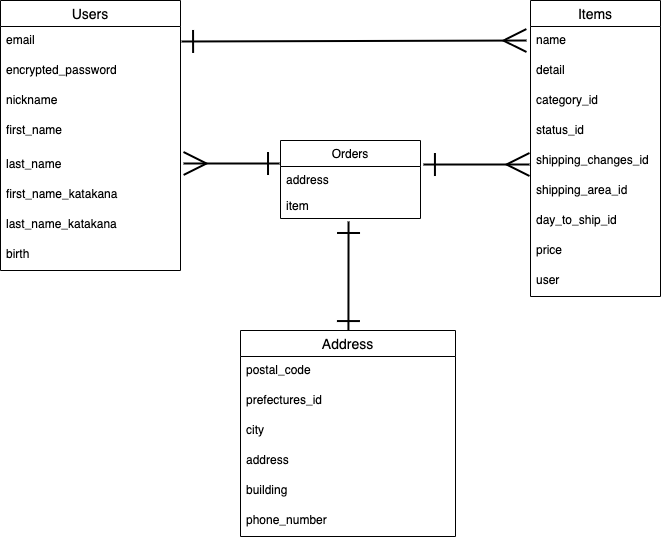
Above: ER.drawio.png in satoshi0takahashi/furima-32125 (draw.io), before the change. Source tidied: cells renumbered, new cells last; positions are measured from the earlier drawing's top-left corner, leaving out a move shared by most shapes.
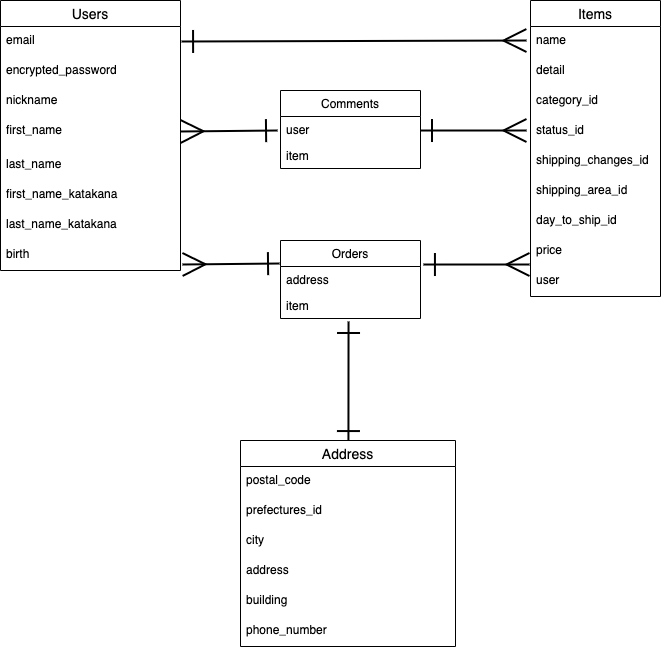
After the change.

The edit, as a diff of the source:
```diff
@@ -2,11 +2,13 @@
   <root>
     <mxCell id="0" />
     <mxCell id="1" parent="0" />
-    <mxCell id="2" style="endArrow=ERone;html=1;strokeWidth=2;startArrow=ERmany;startFill=0;endFill=0;targetPerimeterSpacing=0;endSize=20;startSize=20;entryX=-0.007;entryY=-0.115;entryDx=0;entryDy=0;entryPerimeter=0;exitX=1.017;exitY=0.433;exitDx=0;exitDy=0;exitPerimeter=0;" parent="1" edge="1" source="9" target="32">
+    <mxCell id="2" style="endArrow=ERone;html=1;strokeWidth=2;startArrow=ERmany;startFill=0;endFill=0;targetPerimeterSpacing=0;endSize=20;startSize=20;entryX=-0.007;entryY=-0.115;entryDx=0;entryDy=0;entryPerimeter=0;exitX=1.011;exitY=0.8;exitDx=0;exitDy=0;exitPerimeter=0;" parent="1" edge="1" source="12" target="32">
       <mxGeometry relative="1" as="geometry" />
     </mxCell>
-    <mxCell id="3" style="endArrow=ERone;html=1;strokeWidth=2;entryX=1.021;entryY=0.308;entryDx=0;entryDy=0;entryPerimeter=0;startArrow=ERmany;startFill=0;endFill=0;endSize=20;startSize=20;exitX=-0.008;exitY=0.6;exitDx=0;exitDy=0;exitPerimeter=0;" parent="1" edge="1" source="18" target="31">
-      <mxGeometry relative="1" as="geometry" />
+    <mxCell id="3" style="endArrow=ERone;html=1;strokeWidth=2;entryX=1.021;entryY=0.308;entryDx=0;entryDy=0;entryPerimeter=0;startArrow=ERmany;startFill=0;endFill=0;endSize=20;startSize=20;" parent="1" edge="1" target="31">
+      <mxGeometry relative="1" as="geometry">
+        <mxPoint x="529" y="264" as="sourcePoint" />
+      </mxGeometry>
     </mxCell>
     <mxCell id="4" value="Users" style="swimlane;fontStyle=0;horizontal=1;startSize=26;align=center;fontSize=14;swimlaneFillColor=none;noLabel=0;labelPadding=0;verticalAlign=middle;" parent="1" vertex="1">
       <mxGeometry width="180" height="270" as="geometry" />
@@ -69,7 +71,7 @@
       <mxGeometry relative="1" as="geometry" />
     </mxCell>
     <mxCell id="24" value="Address" style="swimlane;fontStyle=0;horizontal=1;startSize=26;align=center;fontSize=14;" parent="1" vertex="1">
-      <mxGeometry x="240" y="330" width="215" height="206" as="geometry" />
+      <mxGeometry x="240" y="440" width="215" height="206" as="geometry" />
     </mxCell>
     <mxCell id="25" value="postal_code" style="text;strokeColor=none;fillColor=none;spacingLeft=4;spacingRight=4;overflow=hidden;fontSize=12;labelBackgroundColor=none;" parent="24" vertex="1">
       <mxGeometry y="26" width="215" height="30" as="geometry" />
@@ -90,7 +92,7 @@
       <mxGeometry y="176" width="215" height="30" as="geometry" />
     </mxCell>
     <mxCell id="31" value="Orders" style="swimlane;fontStyle=0;horizontal=1;startSize=26;fillColor=none;labelBackgroundColor=none;" parent="1" vertex="1">
-      <mxGeometry x="280" y="140" width="140" height="78" as="geometry" />
+      <mxGeometry x="280" y="240" width="140" height="78" as="geometry" />
     </mxCell>
     <mxCell id="32" value="address" style="text;strokeColor=none;fillColor=none;align=left;verticalAlign=top;spacingLeft=4;spacingRight=4;overflow=hidden;points=[[0,0.5],[1,0.5]];portConstraint=eastwest;" parent="31" vertex="1">
       <mxGeometry y="26" width="140" height="26" as="geometry" />
@@ -101,5 +103,26 @@
     <mxCell id="34" style="endArrow=ERmany;html=1;strokeWidth=2;exitX=1.006;exitY=0.5;exitDx=0;exitDy=0;exitPerimeter=0;entryX=-0.031;entryY=0.467;entryDx=0;entryDy=0;entryPerimeter=0;startArrow=ERone;startFill=0;endFill=0;endSize=20;startSize=20;" parent="1" edge="1" source="5" target="14">
       <mxGeometry relative="1" as="geometry" />
     </mxCell>
+    <mxCell id="35" value="Comments" style="swimlane;fontStyle=0;horizontal=1;startSize=26;fillColor=none;labelBackgroundColor=none;" parent="1" vertex="1">
+      <mxGeometry x="280" y="90" width="140" height="78" as="geometry" />
+    </mxCell>
+    <mxCell id="36" value="user" style="text;strokeColor=none;fillColor=none;align=left;verticalAlign=top;spacingLeft=4;spacingRight=4;overflow=hidden;" parent="35" vertex="1">
+      <mxGeometry y="26" width="140" height="26" as="geometry" />
+    </mxCell>
+    <mxCell id="37" value="item" style="text;strokeColor=none;fillColor=none;align=left;verticalAlign=top;spacingLeft=4;spacingRight=4;overflow=hidden;" parent="35" vertex="1">
+      <mxGeometry y="52" width="140" height="26" as="geometry" />
+    </mxCell>
+    <mxCell id="38" style="endArrow=ERone;html=1;strokeWidth=2;entryX=1.021;entryY=0.308;entryDx=0;entryDy=0;entryPerimeter=0;startArrow=ERmany;startFill=0;endFill=0;endSize=20;startSize=20;" parent="1" edge="1">
+      <mxGeometry relative="1" as="geometry">
+        <mxPoint x="526.1" y="130" as="sourcePoint" />
+        <mxPoint x="420" y="130" as="targetPoint" />
+      </mxGeometry>
+    </mxCell>
+    <mxCell id="39" style="endArrow=ERone;html=1;strokeWidth=2;startArrow=ERmany;startFill=0;endFill=0;targetPerimeterSpacing=0;endSize=20;startSize=20;entryX=-0.007;entryY=-0.115;entryDx=0;entryDy=0;entryPerimeter=0;exitX=1.011;exitY=0.8;exitDx=0;exitDy=0;exitPerimeter=0;" parent="1" edge="1">
+      <mxGeometry relative="1" as="geometry">
+        <mxPoint x="180" y="131" as="sourcePoint" />
+        <mxPoint x="277" y="130" as="targetPoint" />
+      </mxGeometry>
+    </mxCell>
   </root>
 </mxGraphModel>
```
